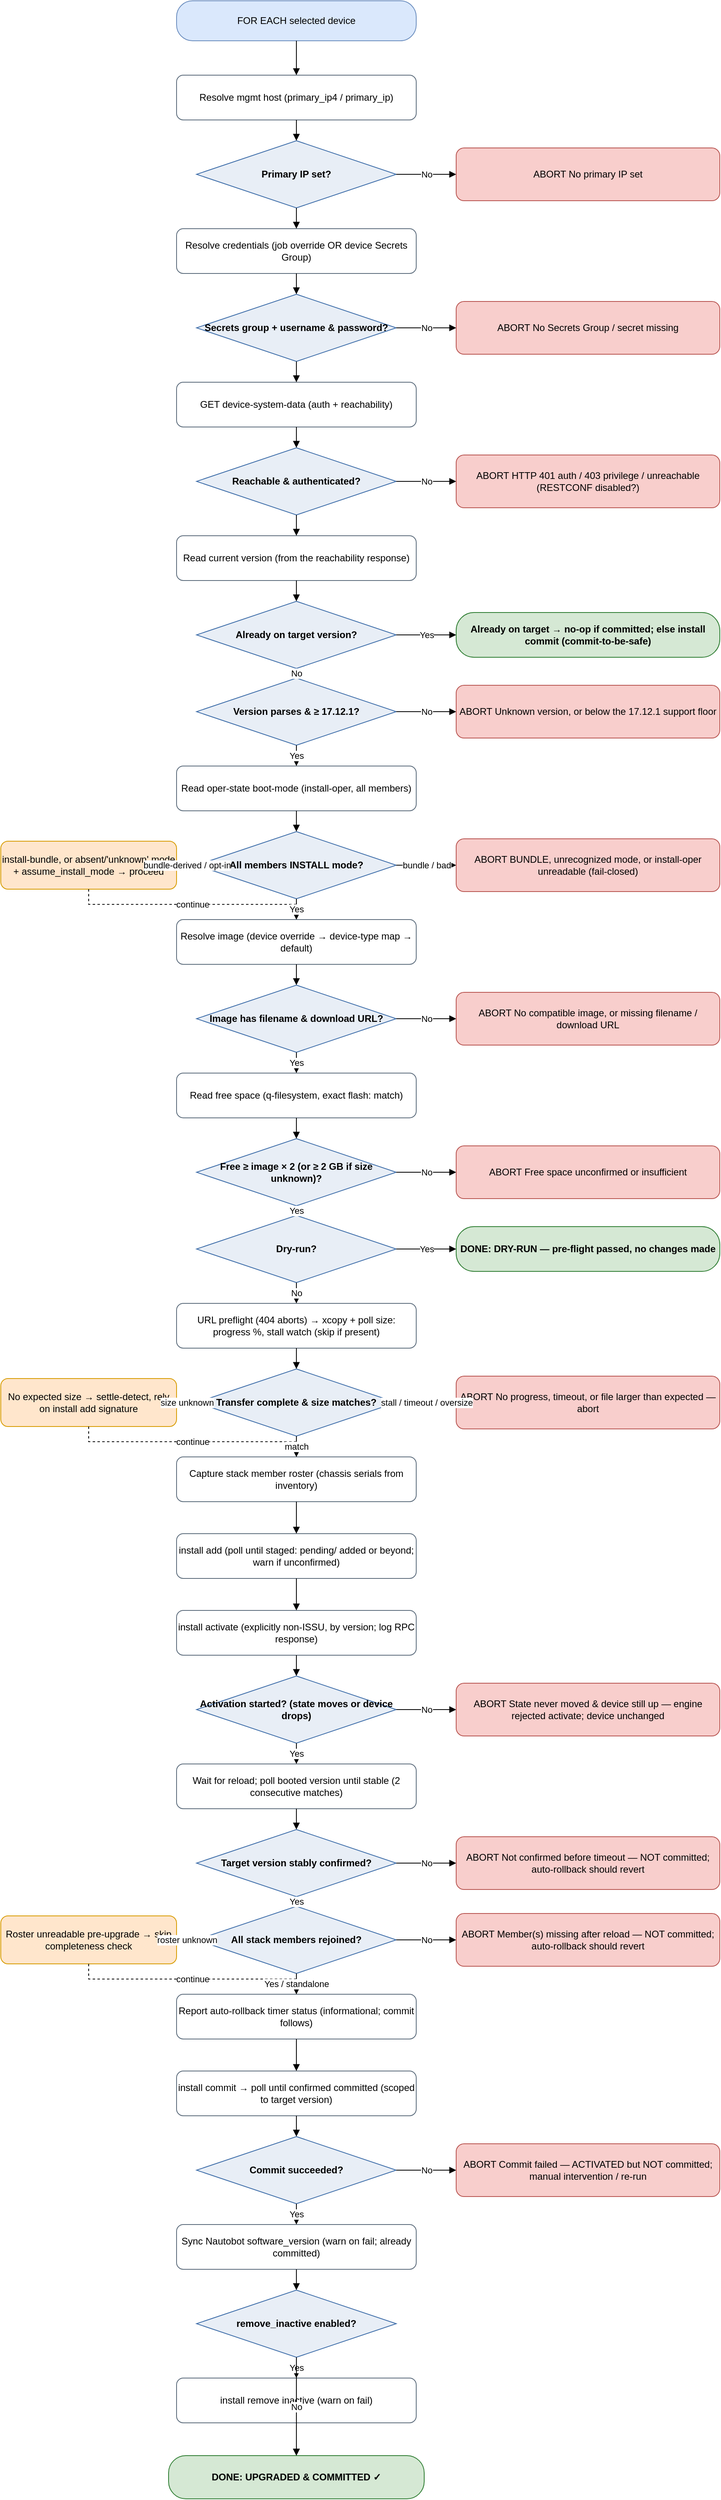
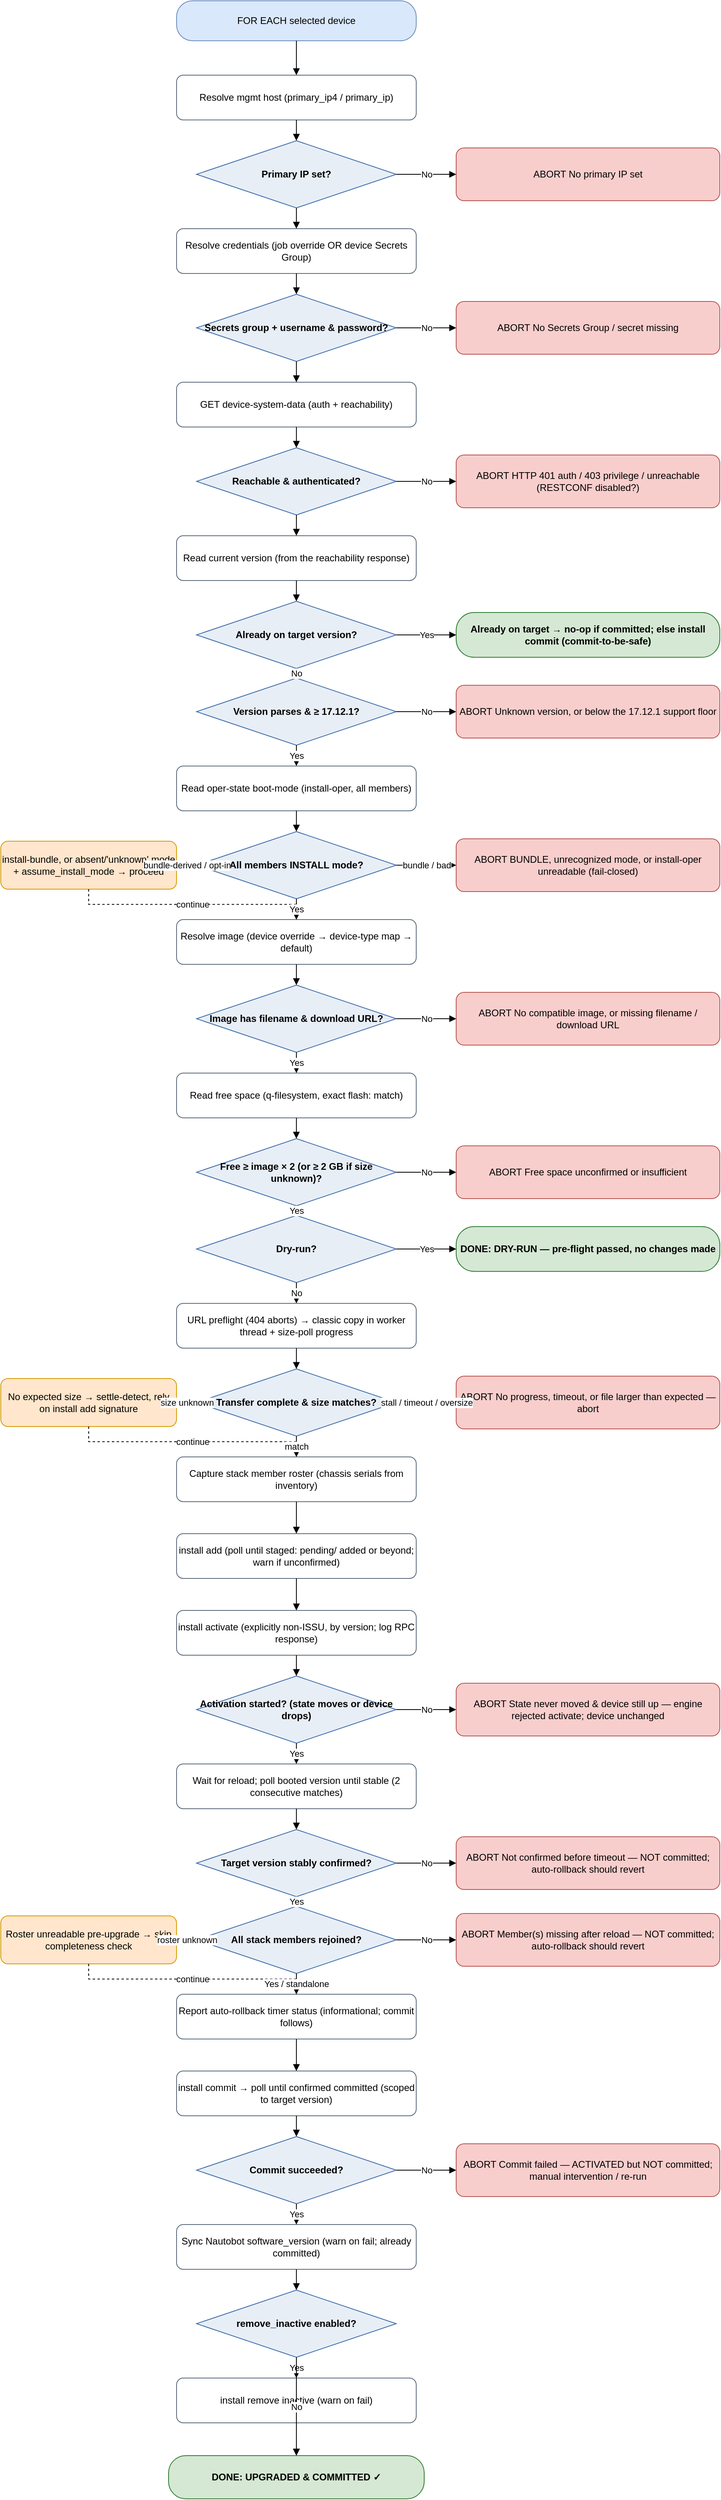
<mxfile host="app.diagrams.net" type="device">
  <diagram name="IOS-XE upgrade flow" id="iosxe-upgrade-flow">
    <mxGraphModel dx="1000" dy="2000" grid="1" gridSize="10" guides="1" tooltips="1"
        connect="1" arrows="1" fold="1" page="1" pageScale="1" math="0" shadow="0">
      <root>
        <mxCell id="0"/>
        <mxCell id="1" parent="0"/>
        <mxCell id="start" value="FOR EACH selected device" style="rounded=1;arcSize=40;whiteSpace=wrap;html=1;fillColor=#DAE8FC;strokeColor=#6C8EBF;" vertex="1" parent="1"><mxGeometry x="250" y="31" width="300" height="50" as="geometry"/></mxCell>
        <mxCell id="host" value="Resolve mgmt host&amp;#10;(primary_ip4 / primary_ip)" style="rounded=1;whiteSpace=wrap;html=1;fillColor=#FFFFFF;strokeColor=#5B6B7B;" vertex="1" parent="1"><mxGeometry x="250" y="124" width="300" height="56" as="geometry"/></mxCell>
        <mxCell id="d_ip" value="Primary IP set?" style="rhombus;whiteSpace=wrap;html=1;fillColor=#E8EEF6;strokeColor=#3C6CA8;fontStyle=1;" vertex="1" parent="1"><mxGeometry x="275" y="206" width="250" height="84" as="geometry"/></mxCell>
        <mxCell id="cred" value="Resolve credentials&amp;#10;(job override OR device Secrets Group)" style="rounded=1;whiteSpace=wrap;html=1;fillColor=#FFFFFF;strokeColor=#5B6B7B;" vertex="1" parent="1"><mxGeometry x="250" y="316" width="300" height="56" as="geometry"/></mxCell>
        <mxCell id="d_cred" value="Secrets group +&amp;#10;username &amp; password?" style="rhombus;whiteSpace=wrap;html=1;fillColor=#E8EEF6;strokeColor=#3C6CA8;fontStyle=1;" vertex="1" parent="1"><mxGeometry x="275" y="398" width="250" height="84" as="geometry"/></mxCell>
        <mxCell id="reach" value="GET device-system-data&amp;#10;(auth + reachability)" style="rounded=1;whiteSpace=wrap;html=1;fillColor=#FFFFFF;strokeColor=#5B6B7B;" vertex="1" parent="1"><mxGeometry x="250" y="508" width="300" height="56" as="geometry"/></mxCell>
        <mxCell id="d_reach" value="Reachable &amp;&amp;#10;authenticated?" style="rhombus;whiteSpace=wrap;html=1;fillColor=#E8EEF6;strokeColor=#3C6CA8;fontStyle=1;" vertex="1" parent="1"><mxGeometry x="275" y="590" width="250" height="84" as="geometry"/></mxCell>
        <mxCell id="curr" value="Read current version&amp;#10;(from the reachability response)" style="rounded=1;whiteSpace=wrap;html=1;fillColor=#FFFFFF;strokeColor=#5B6B7B;" vertex="1" parent="1"><mxGeometry x="250" y="700" width="300" height="56" as="geometry"/></mxCell>
        <mxCell id="d_target" value="Already on&amp;#10;target version?" style="rhombus;whiteSpace=wrap;html=1;fillColor=#E8EEF6;strokeColor=#3C6CA8;fontStyle=1;" vertex="1" parent="1"><mxGeometry x="275" y="782" width="250" height="84" as="geometry"/></mxCell>
        <mxCell id="d_floor" value="Version parses&amp;#10;&amp; ≥ 17.12.1?" style="rhombus;whiteSpace=wrap;html=1;fillColor=#E8EEF6;strokeColor=#3C6CA8;fontStyle=1;" vertex="1" parent="1"><mxGeometry x="275" y="878" width="250" height="84" as="geometry"/></mxCell>
        <mxCell id="mode" value="Read oper-state boot-mode&amp;#10;(install-oper, all members)" style="rounded=1;whiteSpace=wrap;html=1;fillColor=#FFFFFF;strokeColor=#5B6B7B;" vertex="1" parent="1"><mxGeometry x="250" y="988" width="300" height="56" as="geometry"/></mxCell>
        <mxCell id="d_mode" value="All members&amp;#10;INSTALL mode?" style="rhombus;whiteSpace=wrap;html=1;fillColor=#E8EEF6;strokeColor=#3C6CA8;fontStyle=1;" vertex="1" parent="1"><mxGeometry x="275" y="1070" width="250" height="84" as="geometry"/></mxCell>
        <mxCell id="img" value="Resolve image (device override →&amp;#10;device-type map → default)" style="rounded=1;whiteSpace=wrap;html=1;fillColor=#FFFFFF;strokeColor=#5B6B7B;" vertex="1" parent="1"><mxGeometry x="250" y="1180" width="300" height="56" as="geometry"/></mxCell>
        <mxCell id="d_img" value="Image has filename&amp;#10;&amp; download URL?" style="rhombus;whiteSpace=wrap;html=1;fillColor=#E8EEF6;strokeColor=#3C6CA8;fontStyle=1;" vertex="1" parent="1"><mxGeometry x="275" y="1262" width="250" height="84" as="geometry"/></mxCell>
        <mxCell id="space" value="Read free space&amp;#10;(q-filesystem, exact flash: match)" style="rounded=1;whiteSpace=wrap;html=1;fillColor=#FFFFFF;strokeColor=#5B6B7B;" vertex="1" parent="1"><mxGeometry x="250" y="1372" width="300" height="56" as="geometry"/></mxCell>
        <mxCell id="d_space" value="Free ≥ image × 2&amp;#10;(or ≥ 2 GB if size unknown)?" style="rhombus;whiteSpace=wrap;html=1;fillColor=#E8EEF6;strokeColor=#3C6CA8;fontStyle=1;" vertex="1" parent="1"><mxGeometry x="275" y="1454" width="250" height="84" as="geometry"/></mxCell>
        <mxCell id="d_dry" value="Dry-run?" style="rhombus;whiteSpace=wrap;html=1;fillColor=#E8EEF6;strokeColor=#3C6CA8;fontStyle=1;" vertex="1" parent="1"><mxGeometry x="275" y="1550" width="250" height="84" as="geometry"/></mxCell>
-         <mxCell id="copy" value="URL preflight (404 aborts) → xcopy + poll&amp;#10;size: progress %, stall watch (skip if present)" style="rounded=1;whiteSpace=wrap;html=1;fillColor=#FFFFFF;strokeColor=#5B6B7B;" vertex="1" parent="1"><mxGeometry x="250" y="1660" width="300" height="56" as="geometry"/></mxCell>
+         <mxCell id="copy" value="URL preflight (404 aborts) → classic copy&amp;#10;in worker thread + size-poll progress" style="rounded=1;whiteSpace=wrap;html=1;fillColor=#FFFFFF;strokeColor=#5B6B7B;" vertex="1" parent="1"><mxGeometry x="250" y="1660" width="300" height="56" as="geometry"/></mxCell>
        <mxCell id="d_size" value="Transfer complete&amp;#10;&amp; size matches?" style="rhombus;whiteSpace=wrap;html=1;fillColor=#E8EEF6;strokeColor=#3C6CA8;fontStyle=1;" vertex="1" parent="1"><mxGeometry x="275" y="1742" width="250" height="84" as="geometry"/></mxCell>
        <mxCell id="roster" value="Capture stack member roster&amp;#10;(chassis serials from inventory)" style="rounded=1;whiteSpace=wrap;html=1;fillColor=#FFFFFF;strokeColor=#5B6B7B;" vertex="1" parent="1"><mxGeometry x="250" y="1852" width="300" height="56" as="geometry"/></mxCell>
        <mxCell id="add" value="install add (poll until staged: pending/&amp;#10;added or beyond; warn if unconfirmed)" style="rounded=1;whiteSpace=wrap;html=1;fillColor=#FFFFFF;strokeColor=#5B6B7B;" vertex="1" parent="1"><mxGeometry x="250" y="1948" width="300" height="56" as="geometry"/></mxCell>
        <mxCell id="act" value="install activate (explicitly non-ISSU,&amp;#10;by version; log RPC response)" style="rounded=1;whiteSpace=wrap;html=1;fillColor=#FFFFFF;strokeColor=#5B6B7B;" vertex="1" parent="1"><mxGeometry x="250" y="2044" width="300" height="56" as="geometry"/></mxCell>
        <mxCell id="d_act" value="Activation started?&amp;#10;(state moves or device drops)" style="rhombus;whiteSpace=wrap;html=1;fillColor=#E8EEF6;strokeColor=#3C6CA8;fontStyle=1;" vertex="1" parent="1"><mxGeometry x="275" y="2126" width="250" height="84" as="geometry"/></mxCell>
        <mxCell id="waitc" value="Wait for reload; poll booted version&amp;#10;until stable (2 consecutive matches)" style="rounded=1;whiteSpace=wrap;html=1;fillColor=#FFFFFF;strokeColor=#5B6B7B;" vertex="1" parent="1"><mxGeometry x="250" y="2236" width="300" height="56" as="geometry"/></mxCell>
        <mxCell id="d_confirm" value="Target version&amp;#10;stably confirmed?" style="rhombus;whiteSpace=wrap;html=1;fillColor=#E8EEF6;strokeColor=#3C6CA8;fontStyle=1;" vertex="1" parent="1"><mxGeometry x="275" y="2318" width="250" height="84" as="geometry"/></mxCell>
        <mxCell id="d_members" value="All stack members&amp;#10;rejoined?" style="rhombus;whiteSpace=wrap;html=1;fillColor=#E8EEF6;strokeColor=#3C6CA8;fontStyle=1;" vertex="1" parent="1"><mxGeometry x="275" y="2414" width="250" height="84" as="geometry"/></mxCell>
        <mxCell id="rollbackchk" value="Report auto-rollback timer status&amp;#10;(informational; commit follows)" style="rounded=1;whiteSpace=wrap;html=1;fillColor=#FFFFFF;strokeColor=#5B6B7B;" vertex="1" parent="1"><mxGeometry x="250" y="2524" width="300" height="56" as="geometry"/></mxCell>
        <mxCell id="commit" value="install commit → poll until confirmed&amp;#10;committed (scoped to target version)" style="rounded=1;whiteSpace=wrap;html=1;fillColor=#FFFFFF;strokeColor=#5B6B7B;" vertex="1" parent="1"><mxGeometry x="250" y="2620" width="300" height="56" as="geometry"/></mxCell>
        <mxCell id="d_commit" value="Commit&amp;#10;succeeded?" style="rhombus;whiteSpace=wrap;html=1;fillColor=#E8EEF6;strokeColor=#3C6CA8;fontStyle=1;" vertex="1" parent="1"><mxGeometry x="275" y="2702" width="250" height="84" as="geometry"/></mxCell>
        <mxCell id="sync" value="Sync Nautobot software_version&amp;#10;(warn on fail; already committed)" style="rounded=1;whiteSpace=wrap;html=1;fillColor=#FFFFFF;strokeColor=#5B6B7B;" vertex="1" parent="1"><mxGeometry x="250" y="2812" width="300" height="56" as="geometry"/></mxCell>
        <mxCell id="d_remove" value="remove_inactive&amp;#10;enabled?" style="rhombus;whiteSpace=wrap;html=1;fillColor=#E8EEF6;strokeColor=#3C6CA8;fontStyle=1;" vertex="1" parent="1"><mxGeometry x="275" y="2894" width="250" height="84" as="geometry"/></mxCell>
        <mxCell id="remove" value="install remove inactive&amp;#10;(warn on fail)" style="rounded=1;whiteSpace=wrap;html=1;fillColor=#FFFFFF;strokeColor=#5B6B7B;" vertex="1" parent="1"><mxGeometry x="250" y="3004" width="300" height="56" as="geometry"/></mxCell>
        <mxCell id="ok" value="DONE: UPGRADED &amp; COMMITTED ✓" style="rounded=1;arcSize=40;whiteSpace=wrap;html=1;fillColor=#D5E8D4;strokeColor=#2E7D32;fontStyle=1;" vertex="1" parent="1"><mxGeometry x="240" y="3101" width="320" height="54" as="geometry"/></mxCell>
        <mxCell id="d_ip_abort" value="ABORT&amp;#10;No primary IP set" style="rounded=1;whiteSpace=wrap;html=1;fillColor=#F8CECC;strokeColor=#B85450;" vertex="1" parent="1"><mxGeometry x="600" y="215" width="330" height="66" as="geometry"/></mxCell>
        <mxCell id="d_cred_abort" value="ABORT&amp;#10;No Secrets Group / secret missing" style="rounded=1;whiteSpace=wrap;html=1;fillColor=#F8CECC;strokeColor=#B85450;" vertex="1" parent="1"><mxGeometry x="600" y="407" width="330" height="66" as="geometry"/></mxCell>
        <mxCell id="d_reach_abort" value="ABORT&amp;#10;HTTP 401 auth / 403 privilege /&amp;#10;unreachable (RESTCONF disabled?)" style="rounded=1;whiteSpace=wrap;html=1;fillColor=#F8CECC;strokeColor=#B85450;" vertex="1" parent="1"><mxGeometry x="600" y="599" width="330" height="66" as="geometry"/></mxCell>
        <mxCell id="d_target_ok" value="Already on target → no-op if committed;&amp;#10;else install commit (commit-to-be-safe)" style="rounded=1;arcSize=40;whiteSpace=wrap;html=1;fillColor=#D5E8D4;strokeColor=#2E7D32;fontStyle=1;" vertex="1" parent="1"><mxGeometry x="600" y="796" width="330" height="56" as="geometry"/></mxCell>
        <mxCell id="d_floor_abort" value="ABORT&amp;#10;Unknown version, or below the&amp;#10;17.12.1 support floor" style="rounded=1;whiteSpace=wrap;html=1;fillColor=#F8CECC;strokeColor=#B85450;" vertex="1" parent="1"><mxGeometry x="600" y="887" width="330" height="66" as="geometry"/></mxCell>
        <mxCell id="d_mode_abort" value="ABORT&amp;#10;BUNDLE, unrecognized mode, or&amp;#10;install-oper unreadable (fail-closed)" style="rounded=1;whiteSpace=wrap;html=1;fillColor=#F8CECC;strokeColor=#B85450;" vertex="1" parent="1"><mxGeometry x="600" y="1079" width="330" height="66" as="geometry"/></mxCell>
        <mxCell id="d_mode_warn" value="install-bundle, or absent/&#x27;unknown&#x27;&amp;#10;mode + assume_install_mode → proceed" style="rounded=1;whiteSpace=wrap;html=1;fillColor=#FFE6CC;strokeColor=#D79B00;" vertex="1" parent="1"><mxGeometry x="30" y="1082" width="220" height="60" as="geometry"/></mxCell>
        <mxCell id="d_img_abort" value="ABORT&amp;#10;No compatible image, or missing&amp;#10;filename / download URL" style="rounded=1;whiteSpace=wrap;html=1;fillColor=#F8CECC;strokeColor=#B85450;" vertex="1" parent="1"><mxGeometry x="600" y="1271" width="330" height="66" as="geometry"/></mxCell>
        <mxCell id="d_space_abort" value="ABORT&amp;#10;Free space unconfirmed or&amp;#10;insufficient" style="rounded=1;whiteSpace=wrap;html=1;fillColor=#F8CECC;strokeColor=#B85450;" vertex="1" parent="1"><mxGeometry x="600" y="1463" width="330" height="66" as="geometry"/></mxCell>
        <mxCell id="d_dry_ok" value="DONE: DRY-RUN — pre-flight&amp;#10;passed, no changes made" style="rounded=1;arcSize=40;whiteSpace=wrap;html=1;fillColor=#D5E8D4;strokeColor=#2E7D32;fontStyle=1;" vertex="1" parent="1"><mxGeometry x="600" y="1564" width="330" height="56" as="geometry"/></mxCell>
        <mxCell id="d_size_abort" value="ABORT&amp;#10;No progress, timeout, or file&amp;#10;larger than expected — abort" style="rounded=1;whiteSpace=wrap;html=1;fillColor=#F8CECC;strokeColor=#B85450;" vertex="1" parent="1"><mxGeometry x="600" y="1751" width="330" height="66" as="geometry"/></mxCell>
        <mxCell id="d_size_warn" value="No expected size → settle-detect,&amp;#10;rely on install add signature" style="rounded=1;whiteSpace=wrap;html=1;fillColor=#FFE6CC;strokeColor=#D79B00;" vertex="1" parent="1"><mxGeometry x="30" y="1754" width="220" height="60" as="geometry"/></mxCell>
        <mxCell id="d_act_abort" value="ABORT&amp;#10;State never moved &amp; device still up —&amp;#10;engine rejected activate; device unchanged" style="rounded=1;whiteSpace=wrap;html=1;fillColor=#F8CECC;strokeColor=#B85450;" vertex="1" parent="1"><mxGeometry x="600" y="2135" width="330" height="66" as="geometry"/></mxCell>
        <mxCell id="d_confirm_abort" value="ABORT&amp;#10;Not confirmed before timeout — NOT&amp;#10;committed; auto-rollback should revert" style="rounded=1;whiteSpace=wrap;html=1;fillColor=#F8CECC;strokeColor=#B85450;" vertex="1" parent="1"><mxGeometry x="600" y="2327" width="330" height="66" as="geometry"/></mxCell>
        <mxCell id="d_members_abort" value="ABORT&amp;#10;Member(s) missing after reload — NOT&amp;#10;committed; auto-rollback should revert" style="rounded=1;whiteSpace=wrap;html=1;fillColor=#F8CECC;strokeColor=#B85450;" vertex="1" parent="1"><mxGeometry x="600" y="2423" width="330" height="66" as="geometry"/></mxCell>
        <mxCell id="d_members_warn" value="Roster unreadable pre-upgrade →&amp;#10;skip completeness check" style="rounded=1;whiteSpace=wrap;html=1;fillColor=#FFE6CC;strokeColor=#D79B00;" vertex="1" parent="1"><mxGeometry x="30" y="2426" width="220" height="60" as="geometry"/></mxCell>
        <mxCell id="d_commit_abort" value="ABORT&amp;#10;Commit failed — ACTIVATED but NOT&amp;#10;committed; manual intervention / re-run" style="rounded=1;whiteSpace=wrap;html=1;fillColor=#F8CECC;strokeColor=#B85450;" vertex="1" parent="1"><mxGeometry x="600" y="2711" width="330" height="66" as="geometry"/></mxCell>
        <mxCell id="e_d_ip_abort" value="No" style="edgeStyle=orthogonalEdgeStyle;rounded=0;html=1;endArrow=block;" edge="1" parent="1" source="d_ip" target="d_ip_abort"><mxGeometry relative="1" as="geometry"/></mxCell>
        <mxCell id="e_d_cred_abort" value="No" style="edgeStyle=orthogonalEdgeStyle;rounded=0;html=1;endArrow=block;" edge="1" parent="1" source="d_cred" target="d_cred_abort"><mxGeometry relative="1" as="geometry"/></mxCell>
        <mxCell id="e_d_reach_abort" value="No" style="edgeStyle=orthogonalEdgeStyle;rounded=0;html=1;endArrow=block;" edge="1" parent="1" source="d_reach" target="d_reach_abort"><mxGeometry relative="1" as="geometry"/></mxCell>
        <mxCell id="e_d_target_ok" value="Yes" style="edgeStyle=orthogonalEdgeStyle;rounded=0;html=1;endArrow=block;" edge="1" parent="1" source="d_target" target="d_target_ok"><mxGeometry relative="1" as="geometry"/></mxCell>
        <mxCell id="e_d_floor_abort" value="No" style="edgeStyle=orthogonalEdgeStyle;rounded=0;html=1;endArrow=block;" edge="1" parent="1" source="d_floor" target="d_floor_abort"><mxGeometry relative="1" as="geometry"/></mxCell>
        <mxCell id="e_d_mode_abort" value="bundle / bad" style="edgeStyle=orthogonalEdgeStyle;rounded=0;html=1;endArrow=block;" edge="1" parent="1" source="d_mode" target="d_mode_abort"><mxGeometry relative="1" as="geometry"/></mxCell>
        <mxCell id="e_d_mode_warn" value="bundle-derived /
opt-in" style="edgeStyle=orthogonalEdgeStyle;rounded=0;html=1;endArrow=block;" edge="1" parent="1" source="d_mode" target="d_mode_warn"><mxGeometry relative="1" as="geometry"/></mxCell>
        <mxCell id="e_d_mode_warn_join" value="continue" style="edgeStyle=orthogonalEdgeStyle;rounded=0;html=1;endArrow=block;dashed=1;" edge="1" parent="1" source="d_mode_warn" target="img"><mxGeometry relative="1" as="geometry"/></mxCell>
        <mxCell id="e_d_img_abort" value="No" style="edgeStyle=orthogonalEdgeStyle;rounded=0;html=1;endArrow=block;" edge="1" parent="1" source="d_img" target="d_img_abort"><mxGeometry relative="1" as="geometry"/></mxCell>
        <mxCell id="e_d_space_abort" value="No" style="edgeStyle=orthogonalEdgeStyle;rounded=0;html=1;endArrow=block;" edge="1" parent="1" source="d_space" target="d_space_abort"><mxGeometry relative="1" as="geometry"/></mxCell>
        <mxCell id="e_d_dry_ok" value="Yes" style="edgeStyle=orthogonalEdgeStyle;rounded=0;html=1;endArrow=block;" edge="1" parent="1" source="d_dry" target="d_dry_ok"><mxGeometry relative="1" as="geometry"/></mxCell>
        <mxCell id="e_d_size_abort" value="stall / timeout /
oversize" style="edgeStyle=orthogonalEdgeStyle;rounded=0;html=1;endArrow=block;" edge="1" parent="1" source="d_size" target="d_size_abort"><mxGeometry relative="1" as="geometry"/></mxCell>
        <mxCell id="e_d_size_warn" value="size unknown" style="edgeStyle=orthogonalEdgeStyle;rounded=0;html=1;endArrow=block;" edge="1" parent="1" source="d_size" target="d_size_warn"><mxGeometry relative="1" as="geometry"/></mxCell>
        <mxCell id="e_d_size_warn_join" value="continue" style="edgeStyle=orthogonalEdgeStyle;rounded=0;html=1;endArrow=block;dashed=1;" edge="1" parent="1" source="d_size_warn" target="roster"><mxGeometry relative="1" as="geometry"/></mxCell>
        <mxCell id="e_d_act_abort" value="No" style="edgeStyle=orthogonalEdgeStyle;rounded=0;html=1;endArrow=block;" edge="1" parent="1" source="d_act" target="d_act_abort"><mxGeometry relative="1" as="geometry"/></mxCell>
        <mxCell id="e_d_confirm_abort" value="No" style="edgeStyle=orthogonalEdgeStyle;rounded=0;html=1;endArrow=block;" edge="1" parent="1" source="d_confirm" target="d_confirm_abort"><mxGeometry relative="1" as="geometry"/></mxCell>
        <mxCell id="e_d_members_abort" value="No" style="edgeStyle=orthogonalEdgeStyle;rounded=0;html=1;endArrow=block;" edge="1" parent="1" source="d_members" target="d_members_abort"><mxGeometry relative="1" as="geometry"/></mxCell>
        <mxCell id="e_d_members_warn" value="roster unknown" style="edgeStyle=orthogonalEdgeStyle;rounded=0;html=1;endArrow=block;" edge="1" parent="1" source="d_members" target="d_members_warn"><mxGeometry relative="1" as="geometry"/></mxCell>
        <mxCell id="e_d_members_warn_join" value="continue" style="edgeStyle=orthogonalEdgeStyle;rounded=0;html=1;endArrow=block;dashed=1;" edge="1" parent="1" source="d_members_warn" target="rollbackchk"><mxGeometry relative="1" as="geometry"/></mxCell>
        <mxCell id="e_d_commit_abort" value="No" style="edgeStyle=orthogonalEdgeStyle;rounded=0;html=1;endArrow=block;" edge="1" parent="1" source="d_commit" target="d_commit_abort"><mxGeometry relative="1" as="geometry"/></mxCell>
        <mxCell id="e_start_host" value="" style="edgeStyle=orthogonalEdgeStyle;rounded=0;html=1;endArrow=block;" edge="1" parent="1" source="start" target="host"><mxGeometry relative="1" as="geometry"/></mxCell>
        <mxCell id="e_host_d_ip" value="" style="edgeStyle=orthogonalEdgeStyle;rounded=0;html=1;endArrow=block;" edge="1" parent="1" source="host" target="d_ip"><mxGeometry relative="1" as="geometry"/></mxCell>
        <mxCell id="e_d_ip_cred" value="" style="edgeStyle=orthogonalEdgeStyle;rounded=0;html=1;endArrow=block;" edge="1" parent="1" source="d_ip" target="cred"><mxGeometry relative="1" as="geometry"/></mxCell>
        <mxCell id="e_cred_d_cred" value="" style="edgeStyle=orthogonalEdgeStyle;rounded=0;html=1;endArrow=block;" edge="1" parent="1" source="cred" target="d_cred"><mxGeometry relative="1" as="geometry"/></mxCell>
        <mxCell id="e_d_cred_reach" value="" style="edgeStyle=orthogonalEdgeStyle;rounded=0;html=1;endArrow=block;" edge="1" parent="1" source="d_cred" target="reach"><mxGeometry relative="1" as="geometry"/></mxCell>
        <mxCell id="e_reach_d_reach" value="" style="edgeStyle=orthogonalEdgeStyle;rounded=0;html=1;endArrow=block;" edge="1" parent="1" source="reach" target="d_reach"><mxGeometry relative="1" as="geometry"/></mxCell>
        <mxCell id="e_d_reach_curr" value="" style="edgeStyle=orthogonalEdgeStyle;rounded=0;html=1;endArrow=block;" edge="1" parent="1" source="d_reach" target="curr"><mxGeometry relative="1" as="geometry"/></mxCell>
        <mxCell id="e_curr_d_target" value="" style="edgeStyle=orthogonalEdgeStyle;rounded=0;html=1;endArrow=block;" edge="1" parent="1" source="curr" target="d_target"><mxGeometry relative="1" as="geometry"/></mxCell>
        <mxCell id="e_d_target_d_floor" value="No" style="edgeStyle=orthogonalEdgeStyle;rounded=0;html=1;endArrow=block;" edge="1" parent="1" source="d_target" target="d_floor"><mxGeometry relative="1" as="geometry"/></mxCell>
        <mxCell id="e_d_floor_mode" value="Yes" style="edgeStyle=orthogonalEdgeStyle;rounded=0;html=1;endArrow=block;" edge="1" parent="1" source="d_floor" target="mode"><mxGeometry relative="1" as="geometry"/></mxCell>
        <mxCell id="e_mode_d_mode" value="" style="edgeStyle=orthogonalEdgeStyle;rounded=0;html=1;endArrow=block;" edge="1" parent="1" source="mode" target="d_mode"><mxGeometry relative="1" as="geometry"/></mxCell>
        <mxCell id="e_d_mode_img" value="Yes" style="edgeStyle=orthogonalEdgeStyle;rounded=0;html=1;endArrow=block;" edge="1" parent="1" source="d_mode" target="img"><mxGeometry relative="1" as="geometry"/></mxCell>
        <mxCell id="e_img_d_img" value="" style="edgeStyle=orthogonalEdgeStyle;rounded=0;html=1;endArrow=block;" edge="1" parent="1" source="img" target="d_img"><mxGeometry relative="1" as="geometry"/></mxCell>
        <mxCell id="e_d_img_space" value="Yes" style="edgeStyle=orthogonalEdgeStyle;rounded=0;html=1;endArrow=block;" edge="1" parent="1" source="d_img" target="space"><mxGeometry relative="1" as="geometry"/></mxCell>
        <mxCell id="e_space_d_space" value="" style="edgeStyle=orthogonalEdgeStyle;rounded=0;html=1;endArrow=block;" edge="1" parent="1" source="space" target="d_space"><mxGeometry relative="1" as="geometry"/></mxCell>
        <mxCell id="e_d_space_d_dry" value="Yes" style="edgeStyle=orthogonalEdgeStyle;rounded=0;html=1;endArrow=block;" edge="1" parent="1" source="d_space" target="d_dry"><mxGeometry relative="1" as="geometry"/></mxCell>
        <mxCell id="e_d_dry_copy" value="No" style="edgeStyle=orthogonalEdgeStyle;rounded=0;html=1;endArrow=block;" edge="1" parent="1" source="d_dry" target="copy"><mxGeometry relative="1" as="geometry"/></mxCell>
        <mxCell id="e_copy_d_size" value="" style="edgeStyle=orthogonalEdgeStyle;rounded=0;html=1;endArrow=block;" edge="1" parent="1" source="copy" target="d_size"><mxGeometry relative="1" as="geometry"/></mxCell>
        <mxCell id="e_d_size_roster" value="match" style="edgeStyle=orthogonalEdgeStyle;rounded=0;html=1;endArrow=block;" edge="1" parent="1" source="d_size" target="roster"><mxGeometry relative="1" as="geometry"/></mxCell>
        <mxCell id="e_roster_add" value="" style="edgeStyle=orthogonalEdgeStyle;rounded=0;html=1;endArrow=block;" edge="1" parent="1" source="roster" target="add"><mxGeometry relative="1" as="geometry"/></mxCell>
        <mxCell id="e_add_act" value="" style="edgeStyle=orthogonalEdgeStyle;rounded=0;html=1;endArrow=block;" edge="1" parent="1" source="add" target="act"><mxGeometry relative="1" as="geometry"/></mxCell>
        <mxCell id="e_act_d_act" value="" style="edgeStyle=orthogonalEdgeStyle;rounded=0;html=1;endArrow=block;" edge="1" parent="1" source="act" target="d_act"><mxGeometry relative="1" as="geometry"/></mxCell>
        <mxCell id="e_d_act_waitc" value="Yes" style="edgeStyle=orthogonalEdgeStyle;rounded=0;html=1;endArrow=block;" edge="1" parent="1" source="d_act" target="waitc"><mxGeometry relative="1" as="geometry"/></mxCell>
        <mxCell id="e_waitc_d_confirm" value="" style="edgeStyle=orthogonalEdgeStyle;rounded=0;html=1;endArrow=block;" edge="1" parent="1" source="waitc" target="d_confirm"><mxGeometry relative="1" as="geometry"/></mxCell>
        <mxCell id="e_d_confirm_d_members" value="Yes" style="edgeStyle=orthogonalEdgeStyle;rounded=0;html=1;endArrow=block;" edge="1" parent="1" source="d_confirm" target="d_members"><mxGeometry relative="1" as="geometry"/></mxCell>
        <mxCell id="e_d_members_rollbackchk" value="Yes / standalone" style="edgeStyle=orthogonalEdgeStyle;rounded=0;html=1;endArrow=block;" edge="1" parent="1" source="d_members" target="rollbackchk"><mxGeometry relative="1" as="geometry"/></mxCell>
        <mxCell id="e_rollbackchk_commit" value="" style="edgeStyle=orthogonalEdgeStyle;rounded=0;html=1;endArrow=block;" edge="1" parent="1" source="rollbackchk" target="commit"><mxGeometry relative="1" as="geometry"/></mxCell>
        <mxCell id="e_commit_d_commit" value="" style="edgeStyle=orthogonalEdgeStyle;rounded=0;html=1;endArrow=block;" edge="1" parent="1" source="commit" target="d_commit"><mxGeometry relative="1" as="geometry"/></mxCell>
        <mxCell id="e_d_commit_sync" value="Yes" style="edgeStyle=orthogonalEdgeStyle;rounded=0;html=1;endArrow=block;" edge="1" parent="1" source="d_commit" target="sync"><mxGeometry relative="1" as="geometry"/></mxCell>
        <mxCell id="e_sync_d_remove" value="" style="edgeStyle=orthogonalEdgeStyle;rounded=0;html=1;endArrow=block;" edge="1" parent="1" source="sync" target="d_remove"><mxGeometry relative="1" as="geometry"/></mxCell>
        <mxCell id="e_remove_yes" value="Yes" style="edgeStyle=orthogonalEdgeStyle;rounded=0;html=1;endArrow=block;" edge="1" parent="1" source="d_remove" target="remove"><mxGeometry relative="1" as="geometry"/></mxCell>
        <mxCell id="e_remove_ok" value="" style="edgeStyle=orthogonalEdgeStyle;rounded=0;html=1;endArrow=block;" edge="1" parent="1" source="remove" target="ok"><mxGeometry relative="1" as="geometry"/></mxCell>
        <mxCell id="e_remove_no" value="No" style="edgeStyle=orthogonalEdgeStyle;rounded=0;html=1;endArrow=block;" edge="1" parent="1" source="d_remove" target="ok"><mxGeometry relative="1" as="geometry"/></mxCell>
      </root>
    </mxGraphModel>
  </diagram>
</mxfile>
